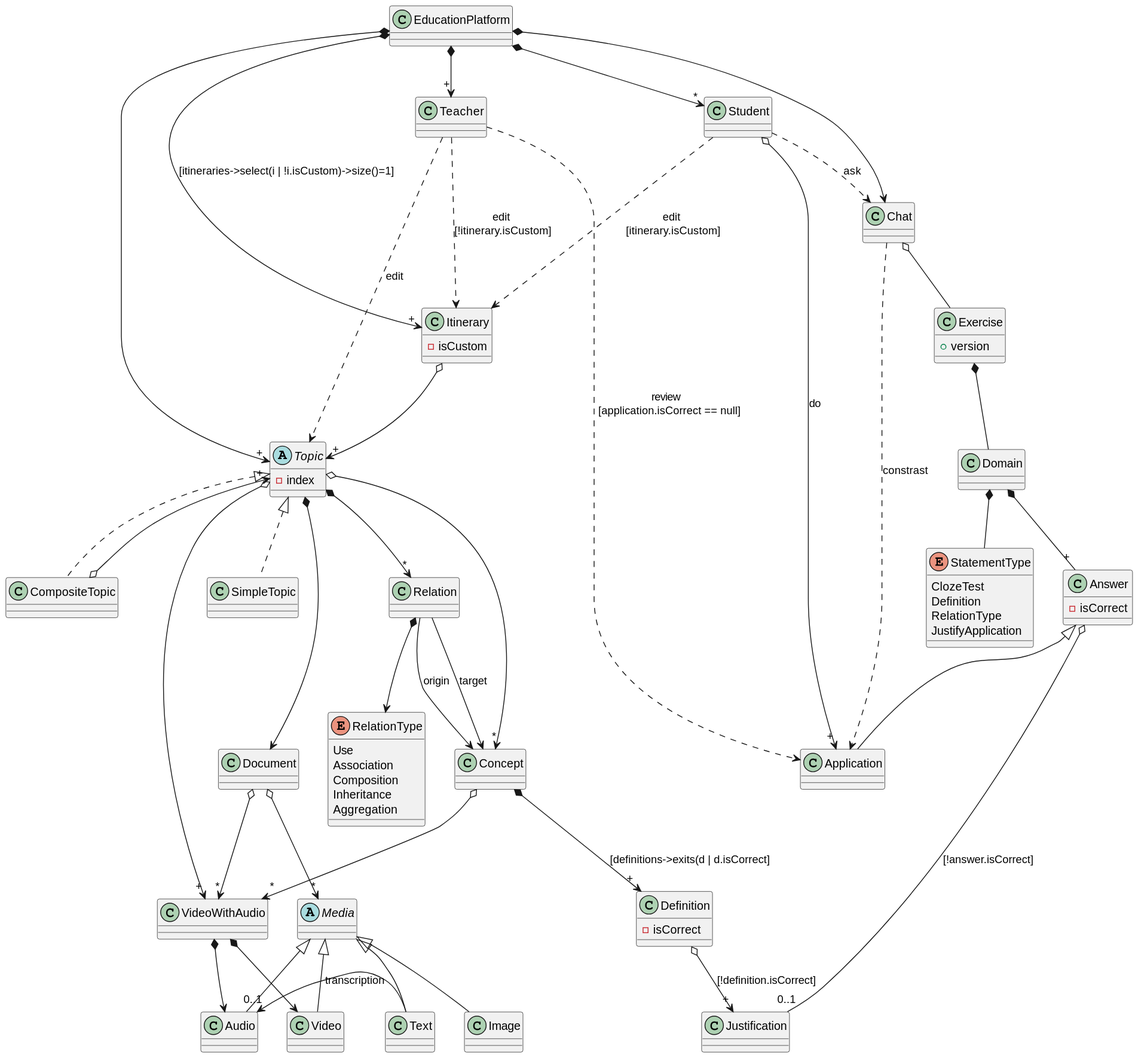
The PlantUML diagram out/Diagrams/EducationPlatform/DomainJuanpisPerspective/DomainJuanpisPerspective.svg in jumpering/lab-turing, before a commit.
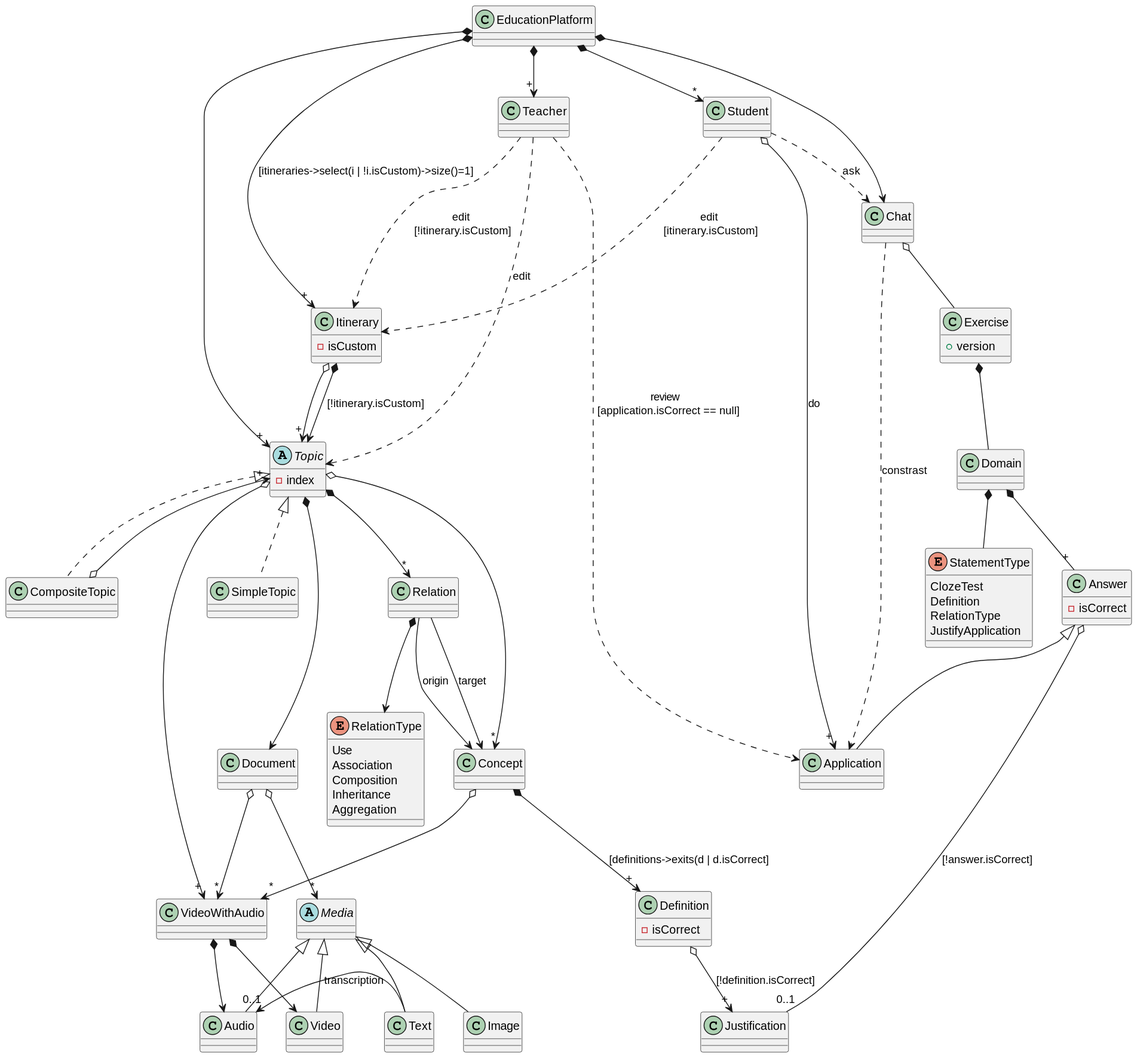
The same diagram one commit later.

Diff of the diagram source:
```diff
@@ -2,14 +2,15 @@
 class Itinerary {
     - isCustom
 }
+
+Itinerary o--> "+" Topic
+Itinerary *--> Topic:[!itinerary.isCustom]
 
 EducationPlatform *--> "+" Teacher
 EducationPlatform *--> "*" Student
 EducationPlatform *--> "+" Topic
 EducationPlatform *--> "+" Itinerary: [itineraries->select(i | !i.isCustom)->size()=1]
 EducationPlatform *--> Chat
-
-Itinerary o--> "+" Topic
 
 class Exercise{
     + version
```
